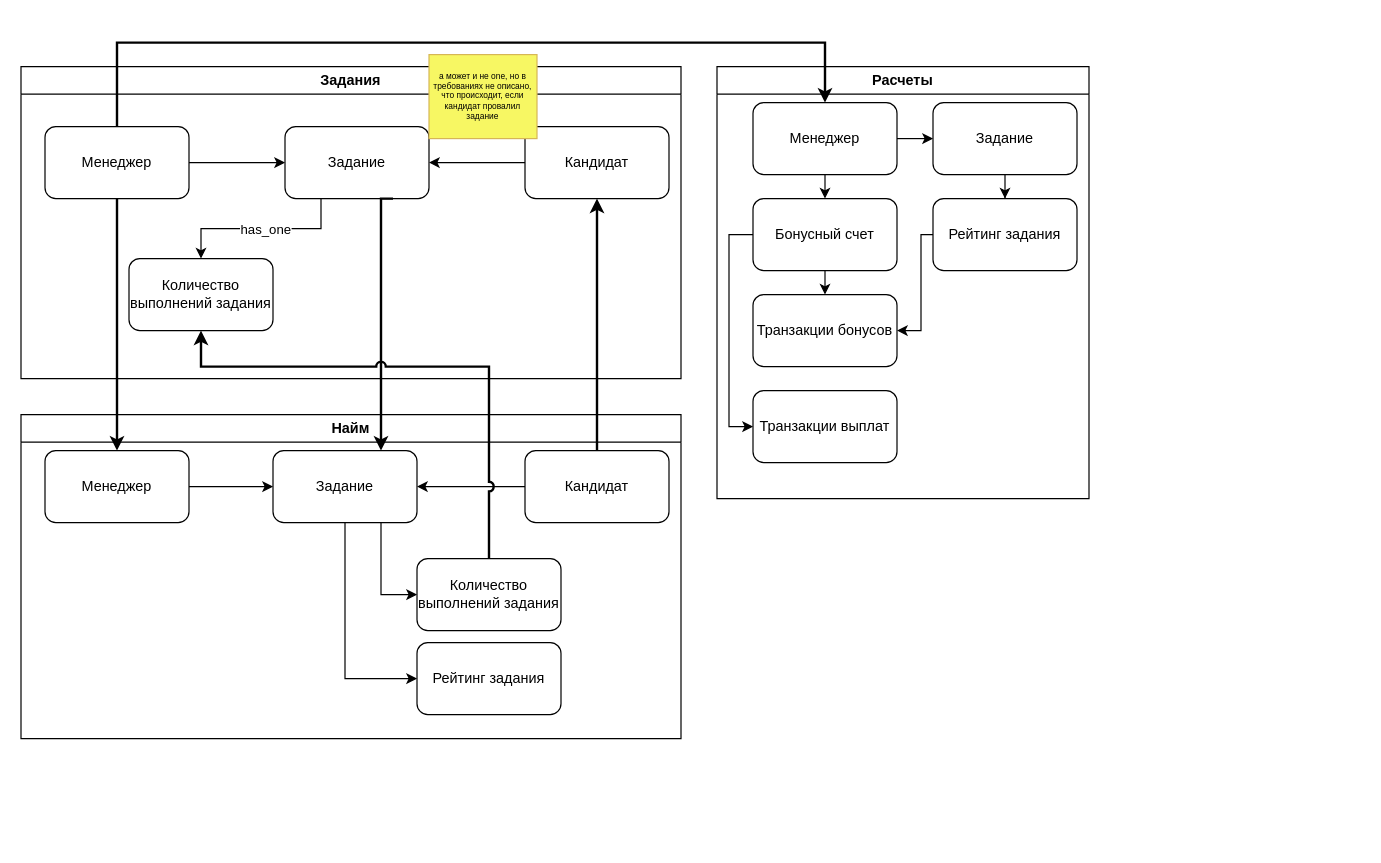
This is 2/conceptual.drawio from teddybear/course_system_communications, a draw.io file, before an edit. Source tidied: cells renumbered, new cells numbered last; positions are measured from the earlier drawing's top-left corner, leaving out a move shared by most shapes. Both pictures are drawn from the tidied source at 120%, with x=0, y=0 at pixel (20, 42).
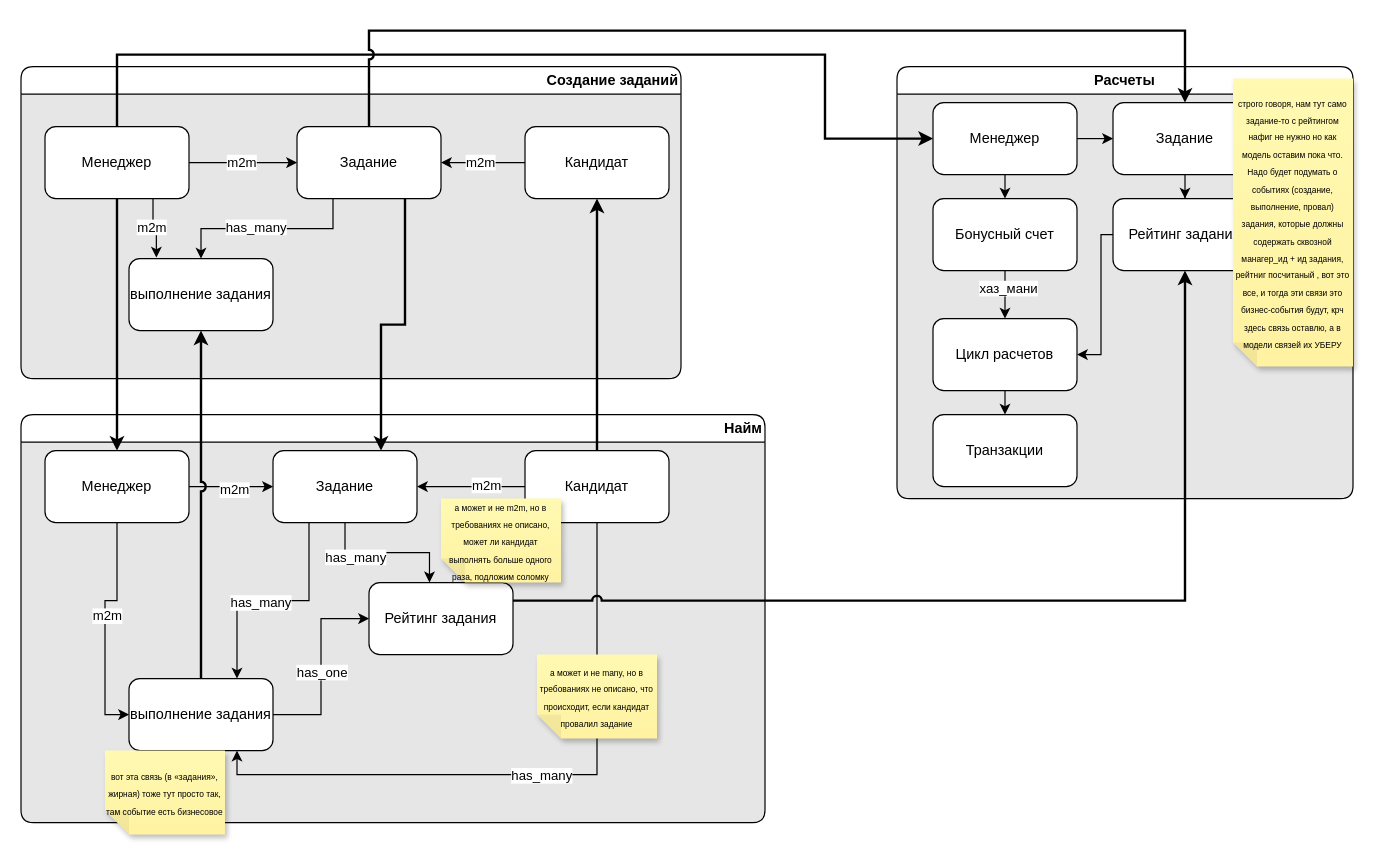
Above is the later version.

The change refers to these unchanged cells:
```xml
<mxCell id="5" value="Менеджер" style="rounded=1;whiteSpace=wrap;html=1;" parent="2" vertex="1">
  <mxGeometry x="30" y="30" width="120" height="60" as="geometry" />
</mxCell>
<mxCell id="6" style="edgeStyle=orthogonalEdgeStyle;rounded=0;jettySize=auto;html=1;exitX=0.5;exitY=1;exitDx=0;exitDy=0;entryX=0.5;entryY=0;entryDx=0;entryDy=0;" parent="2" edge="1" source="8" target="9">
  <mxGeometry relative="1" as="geometry" />
</mxCell>
<mxCell id="8" value="Бонусный счет" style="rounded=1;whiteSpace=wrap;html=1;" parent="2" vertex="1">
  <mxGeometry x="30" y="110" width="120" height="60" as="geometry" />
</mxCell>
<mxCell id="11" value="Рейтинг задания" style="rounded=1;whiteSpace=wrap;html=1;" parent="2" vertex="1">
  <mxGeometry x="180" y="110" width="120" height="60" as="geometry" />
</mxCell>
<mxCell id="13" value="Задание" style="rounded=1;whiteSpace=wrap;html=1;" parent="2" vertex="1">
  <mxGeometry x="180" y="30" width="120" height="60" as="geometry" />
</mxCell>
<mxCell id="16" style="edgeStyle=orthogonalEdgeStyle;rounded=0;jettySize=auto;html=1;" parent="15" edge="1" source="23" target="21">
  <mxGeometry relative="1" as="geometry" />
</mxCell>
<mxCell id="17" style="edgeStyle=orthogonalEdgeStyle;rounded=0;jettySize=auto;html=1;exitX=1;exitY=0.5;exitDx=0;exitDy=0;" parent="15" edge="1" source="18" target="21">
  <mxGeometry relative="1" as="geometry" />
</mxCell>
<mxCell id="18" value="Менеджер" style="rounded=1;whiteSpace=wrap;html=1;" parent="15" vertex="1">
  <mxGeometry x="20" y="50" width="120" height="60" as="geometry" />
</mxCell>
<mxCell id="19" style="edgeStyle=orthogonalEdgeStyle;rounded=0;jettySize=auto;html=1;exitX=0.25;exitY=1;exitDx=0;exitDy=0;entryX=0.5;entryY=0;entryDx=0;entryDy=0;" parent="15" edge="1" source="21" target="22">
  <mxGeometry relative="1" as="geometry" />
</mxCell>
<mxCell id="26" style="edgeStyle=orthogonalEdgeStyle;rounded=0;jettySize=auto;html=1;exitX=1;exitY=0.5;exitDx=0;exitDy=0;entryX=0;entryY=0.5;entryDx=0;entryDy=0;" parent="25" edge="1" source="27" target="30">
  <mxGeometry relative="1" as="geometry" />
</mxCell>
<mxCell id="27" value="Менеджер" style="rounded=1;whiteSpace=wrap;html=1;" parent="25" vertex="1">
  <mxGeometry x="20" y="30" width="120" height="60" as="geometry" />
</mxCell>
<mxCell id="30" value="Задание" style="rounded=1;whiteSpace=wrap;html=1;" parent="25" vertex="1">
  <mxGeometry x="210" y="30" width="120" height="60" as="geometry" />
</mxCell>
<mxCell id="33" value="Кандидат" style="rounded=1;whiteSpace=wrap;html=1;" parent="25" vertex="1">
  <mxGeometry x="420" y="30" width="120" height="60" as="geometry" />
</mxCell>
```

Diff of the diagram source:
```diff
@@
-    <mxCell id="2" value="Расчеты" style="swimlane;whiteSpace=wrap;html=1;" parent="1" vertex="1">
-      <mxGeometry x="580" y="20" width="310" height="360" as="geometry" />
+    <mxCell id="2" value="Расчеты" style="swimlane;whiteSpace=wrap;html=1;rounded=1;perimeterSpacing=0;fillColor=#FFFFFF;swimlaneFillColor=#E6E6E6;" parent="1" vertex="1">
+      <mxGeometry x="730" y="20" width="380" height="360" as="geometry" />
     </mxCell>
@@
-    <mxCell id="7" style="edgeStyle=orthogonalEdgeStyle;rounded=0;jettySize=auto;html=1;exitX=0;exitY=0.5;exitDx=0;exitDy=0;entryX=0;entryY=0.5;entryDx=0;entryDy=0;" parent="2" edge="1" source="8" target="14">
-      <mxGeometry relative="1" as="geometry" />
-    </mxCell>
+    <mxCell id="40" value="хаз_мани" style="edgeLabel;html=1;align=center;verticalAlign=middle;" parent="6" vertex="1">
+      <mxGeometry x="-0.28" y="2" relative="1" as="geometry" />
+    </mxCell>
@@
+    <mxCell id="41" style="edgeStyle=orthogonalEdgeStyle;rounded=0;jettySize=auto;html=1;exitX=0.5;exitY=1;exitDx=0;exitDy=0;entryX=0.5;entryY=0;entryDx=0;entryDy=0;" parent="2" edge="1" source="9" target="42">
+      <mxGeometry relative="1" as="geometry" />
+    </mxCell>
-    <mxCell id="9" value="Транзакции бонусов" style="rounded=1;whiteSpace=wrap;html=1;" parent="2" vertex="1">
-      <mxGeometry x="30" y="190" width="120" height="60" as="geometry" />
+    <mxCell id="9" value="Цикл расчетов" style="rounded=1;whiteSpace=wrap;html=1;" parent="2" vertex="1">
+      <mxGeometry x="30" y="210" width="120" height="60" as="geometry" />
     </mxCell>
     <mxCell id="10" style="edgeStyle=orthogonalEdgeStyle;rounded=0;jettySize=auto;html=1;exitX=0;exitY=0.5;exitDx=0;exitDy=0;entryX=1;entryY=0.5;entryDx=0;entryDy=0;" parent="2" edge="1" source="11" target="9">
       <mxGeometry relative="1" as="geometry">
         <Array as="points">
           <mxPoint x="170" y="140" />
-          <mxPoint x="170" y="220" />
+          <mxPoint x="170" y="240" />
         </Array>
       </mxGeometry>
     </mxCell>
@@
-    <mxCell id="14" value="Транзакции выплат" style="rounded=1;whiteSpace=wrap;html=1;" parent="2" vertex="1">
-      <mxGeometry x="30" y="270" width="120" height="60" as="geometry" />
-    </mxCell>
+    <mxCell id="42" value="Транзакции" style="rounded=1;whiteSpace=wrap;html=1;" parent="2" vertex="1">
+      <mxGeometry x="30" y="290" width="120" height="60" as="geometry" />
+    </mxCell>
+    <mxCell id="43" value="&lt;span style=&quot;font-size: 7px;&quot;&gt;строго говоря, нам тут само задание-то с рейтингом нафиг не нужно но как модель оставим пока что.&lt;/span&gt;&lt;div&gt;&lt;span style=&quot;font-size: 7px;&quot;&gt;Надо будет подумать о событиях (создание, выполнение, провал) задания, которые должны содержать сквозной манагер_ид + ид задания, рейтниг посчитаный , вот это все, и тогда эти связи это бизнес-события будут, крч здесь связь оставлю, а в модели связей их УБЕРУ&lt;/span&gt;&lt;/div&gt;" style="shape=note;whiteSpace=wrap;html=1;backgroundOutline=1;fontColor=#000000;darkOpacity=0.05;fillColor=#FFF9B2;strokeColor=none;fillStyle=solid;direction=west;gradientDirection=north;gradientColor=#FFF2A1;shadow=1;size=20;" parent="2" vertex="1">
+      <mxGeometry x="280" y="10" width="100" height="240" as="geometry" />
+    </mxCell>
-    <mxCell id="15" value="Задания" style="swimlane;whiteSpace=wrap;html=1;" parent="1" vertex="1">
+    <mxCell id="15" value="Создание заданий" style="swimlane;whiteSpace=wrap;html=1;align=right;rounded=1;perimeterSpacing=0;fillColor=#FFFFFF;swimlaneFillColor=#E6E6E6;" parent="1" vertex="1">
       <mxGeometry y="20" width="550" height="260" as="geometry" />
     </mxCell>
@@
+    <mxCell id="44" value="m2m" style="edgeLabel;html=1;align=center;verticalAlign=middle;" parent="16" vertex="1">
+      <mxGeometry x="0.09" y="-1" relative="1" as="geometry" />
+    </mxCell>
@@
+    <mxCell id="45" value="m2m" style="edgeLabel;html=1;align=center;verticalAlign=middle;" parent="17" vertex="1">
+      <mxGeometry x="-0.05" y="1" relative="1" as="geometry" />
+    </mxCell>
@@
-    <mxCell id="20" value="has_one" style="edgeLabel;html=1;align=center;verticalAlign=middle;" parent="19" vertex="1">
-      <mxGeometry x="-0.04" relative="1" as="geometry" />
-    </mxCell>
+    <mxCell id="46" value="has_many" style="edgeLabel;html=1;align=center;verticalAlign=middle;" parent="19" vertex="1">
+      <mxGeometry x="0.13" y="-2" relative="1" as="geometry" />
+    </mxCell>
     <mxCell id="21" value="Задание" style="rounded=1;whiteSpace=wrap;html=1;" parent="15" vertex="1">
-      <mxGeometry x="220" y="50" width="120" height="60" as="geometry" />
+      <mxGeometry x="230" y="50" width="120" height="60" as="geometry" />
     </mxCell>
-    <mxCell id="22" value="Количество выполнений задания" style="rounded=1;whiteSpace=wrap;html=1;" parent="15" vertex="1">
+    <mxCell id="22" value="выполнение задания" style="rounded=1;whiteSpace=wrap;html=1;" parent="15" vertex="1">
       <mxGeometry x="90" y="160" width="120" height="60" as="geometry" />
     </mxCell>
@@
-    <mxCell id="24" value="&lt;font&gt;а может и не one, но в требованиях не описано, что происходит, если кандидат провалил задание&lt;/font&gt;" style="rounded=0;whiteSpace=wrap;html=1;fillColor=#F7F763;strokeColor=#d6b656;fontSize=7;" parent="15" vertex="1">
-      <mxGeometry x="340" y="-10" width="90" height="70" as="geometry" />
-    </mxCell>
+    <mxCell id="47" style="edgeStyle=orthogonalEdgeStyle;rounded=0;jettySize=auto;html=1;exitX=0.75;exitY=1;exitDx=0;exitDy=0;entryX=0.19;entryY=-0.014;entryDx=0;entryDy=0;entryPerimeter=0;" parent="15" edge="1" source="18" target="22">
+      <mxGeometry relative="1" as="geometry" />
+    </mxCell>
+    <mxCell id="48" value="m2m" style="edgeLabel;html=1;align=center;verticalAlign=middle;" parent="47" vertex="1">
+      <mxGeometry x="-0.1" y="-2" relative="1" as="geometry" />
+    </mxCell>
-    <mxCell id="25" value="Найм" style="swimlane;whiteSpace=wrap;html=1;" parent="1" vertex="1">
-      <mxGeometry y="310" width="550" height="270" as="geometry" />
+    <mxCell id="25" value="Найм" style="swimlane;whiteSpace=wrap;html=1;align=right;swimlaneLine=1;rounded=1;perimeterSpacing=0;fillColor=#FFFFFF;swimlaneFillColor=#E6E6E6;" parent="1" vertex="1">
+      <mxGeometry y="310" width="620" height="340" as="geometry" />
     </mxCell>
@@
+    <mxCell id="49" value="m2m" style="edgeLabel;html=1;align=center;verticalAlign=middle;" parent="26" vertex="1">
+      <mxGeometry x="0.06" y="-2" relative="1" as="geometry" />
+    </mxCell>
+    <mxCell id="50" style="edgeStyle=orthogonalEdgeStyle;rounded=0;jettySize=auto;html=1;exitX=0.5;exitY=1;exitDx=0;exitDy=0;entryX=0;entryY=0.5;entryDx=0;entryDy=0;" parent="25" edge="1" source="27" target="32">
+      <mxGeometry relative="1" as="geometry" />
+    </mxCell>
+    <mxCell id="51" value="m2m" style="edgeLabel;html=1;align=center;verticalAlign=middle;" parent="50" vertex="1">
+      <mxGeometry x="-0.08" y="1" relative="1" as="geometry" />
+    </mxCell>
@@
-    <mxCell id="28" style="edgeStyle=orthogonalEdgeStyle;rounded=0;jettySize=auto;html=1;exitX=0.75;exitY=1;exitDx=0;exitDy=0;entryX=0;entryY=0.5;entryDx=0;entryDy=0;" parent="25" edge="1" source="30" target="32">
+    <mxCell id="28" style="edgeStyle=orthogonalEdgeStyle;rounded=0;jettySize=auto;html=1;exitX=0.25;exitY=1;exitDx=0;exitDy=0;entryX=0.75;entryY=0;entryDx=0;entryDy=0;" parent="25" edge="1" source="30" target="32">
       <mxGeometry relative="1" as="geometry" />
     </mxCell>
+    <mxCell id="52" value="has_many" style="edgeLabel;html=1;align=center;verticalAlign=middle;" parent="28" vertex="1">
+      <mxGeometry x="0.12" y="1" relative="1" as="geometry" />
+    </mxCell>
-    <mxCell id="29" style="edgeStyle=orthogonalEdgeStyle;rounded=0;jettySize=auto;html=1;exitX=0.5;exitY=1;exitDx=0;exitDy=0;entryX=0;entryY=0.5;entryDx=0;entryDy=0;" parent="25" edge="1" source="30" target="31">
+    <mxCell id="29" style="edgeStyle=orthogonalEdgeStyle;rounded=0;jettySize=auto;html=1;exitX=0.5;exitY=1;exitDx=0;exitDy=0;entryX=0.42;entryY=-0.002;entryDx=0;entryDy=0;entryPerimeter=0;" parent="25" edge="1" source="30" target="31">
       <mxGeometry relative="1" as="geometry" />
     </mxCell>
+    <mxCell id="53" value="has_many" style="edgeLabel;html=1;align=center;verticalAlign=middle;" parent="29" vertex="1">
+      <mxGeometry x="-0.45" y="-3" relative="1" as="geometry" />
+    </mxCell>
@@
     <mxCell id="31" value="Рейтинг задания" style="rounded=1;whiteSpace=wrap;html=1;" parent="25" vertex="1">
-      <mxGeometry x="330" y="190" width="120" height="60" as="geometry" />
+      <mxGeometry x="290" y="140" width="120" height="60" as="geometry" />
     </mxCell>
+    <mxCell id="54" style="edgeStyle=orthogonalEdgeStyle;rounded=0;jettySize=auto;html=1;exitX=1;exitY=0.5;exitDx=0;exitDy=0;entryX=0;entryY=0.5;entryDx=0;entryDy=0;" parent="25" edge="1" source="32" target="31">
+      <mxGeometry relative="1" as="geometry" />
+    </mxCell>
+    <mxCell id="20" value="has_one" style="edgeLabel;html=1;align=center;verticalAlign=middle;" parent="54" vertex="1">
+      <mxGeometry x="-0.05" relative="1" as="geometry" />
+    </mxCell>
-    <mxCell id="32" value="Количество выполнений задания" style="rounded=1;whiteSpace=wrap;html=1;" parent="25" vertex="1">
-      <mxGeometry x="330" y="120" width="120" height="60" as="geometry" />
+    <mxCell id="32" value="выполнение задания" style="rounded=1;whiteSpace=wrap;html=1;" parent="25" vertex="1">
+      <mxGeometry x="90" y="220" width="120" height="60" as="geometry" />
     </mxCell>
+    <mxCell id="55" style="edgeStyle=orthogonalEdgeStyle;rounded=0;jettySize=auto;html=1;exitX=0;exitY=0.5;exitDx=0;exitDy=0;entryX=1;entryY=0.5;entryDx=0;entryDy=0;" parent="25" edge="1" source="33" target="30">
+      <mxGeometry relative="1" as="geometry" />
+    </mxCell>
+    <mxCell id="56" value="m2m" style="edgeLabel;html=1;align=center;verticalAlign=middle;" parent="55" vertex="1">
+      <mxGeometry x="-0.27" y="-2" relative="1" as="geometry" />
+    </mxCell>
@@
-    <mxCell id="34" style="edgeStyle=orthogonalEdgeStyle;rounded=0;jettySize=auto;html=1;exitX=0;exitY=0.5;exitDx=0;exitDy=0;entryX=1;entryY=0.5;entryDx=0;entryDy=0;" parent="25" edge="1" source="33" target="30">
-      <mxGeometry relative="1" as="geometry" />
+    <mxCell id="34" style="edgeStyle=orthogonalEdgeStyle;rounded=0;jettySize=auto;html=1;exitX=0.5;exitY=1;exitDx=0;exitDy=0;entryX=0.75;entryY=1;entryDx=0;entryDy=0;" parent="25" edge="1" source="33" target="32">
+      <mxGeometry relative="1" as="geometry">
+        <Array as="points">
+          <mxPoint x="480" y="300" />
+          <mxPoint x="180" y="300" />
+        </Array>
+      </mxGeometry>
     </mxCell>
+    <mxCell id="57" value="has_many" style="edgeLabel;html=1;align=center;verticalAlign=middle;" parent="34" vertex="1">
+      <mxGeometry x="-0.03" relative="1" as="geometry" />
+    </mxCell>
+    <mxCell id="58" value="&lt;span style=&quot;font-size: 7px;&quot;&gt;а может и не many, но в требованиях не описано, что происходит, если кандидат провалил задание&lt;/span&gt;" style="shape=note;whiteSpace=wrap;html=1;backgroundOutline=1;fontColor=#000000;darkOpacity=0.05;fillColor=#FFF9B2;strokeColor=none;fillStyle=solid;direction=west;gradientDirection=north;gradientColor=#FFF2A1;shadow=1;size=20;" parent="25" vertex="1">
+      <mxGeometry x="430" y="200" width="100" height="70" as="geometry" />
+    </mxCell>
+    <mxCell id="59" value="&lt;span style=&quot;font-size: 7px;&quot;&gt;а может и не m2m, но в требованиях не описано, может ли кандидат выполнять больше одного раза, подложим соломку&lt;/span&gt;" style="shape=note;whiteSpace=wrap;html=1;backgroundOutline=1;fontColor=#000000;darkOpacity=0.05;fillColor=#FFF9B2;strokeColor=none;fillStyle=solid;direction=west;gradientDirection=north;gradientColor=#FFF2A1;shadow=1;size=20;" parent="25" vertex="1">
+      <mxGeometry x="350" y="70" width="100" height="70" as="geometry" />
+    </mxCell>
+    <mxCell id="60" value="&lt;span style=&quot;font-size: 7px;&quot;&gt;вот эта связь (в «задания», жирная) тоже тут просто так, там событие есть бизнесовое&lt;/span&gt;" style="shape=note;whiteSpace=wrap;html=1;backgroundOutline=1;fontColor=#000000;darkOpacity=0.05;fillColor=#FFF9B2;strokeColor=none;fillStyle=solid;direction=west;gradientDirection=north;gradientColor=#FFF2A1;shadow=1;size=20;" parent="25" vertex="1">
+      <mxGeometry x="70" y="280" width="100" height="70" as="geometry" />
+    </mxCell>
@@
-    <mxCell id="36" style="edgeStyle=orthogonalEdgeStyle;rounded=0;jettySize=auto;html=1;exitX=0.75;exitY=1;exitDx=0;exitDy=0;entryX=0.75;entryY=0;entryDx=0;entryDy=0;strokeWidth=2;jumpStyle=arc;" parent="1" edge="1" source="21" target="30">
-      <mxGeometry relative="1" as="geometry">
-        <Array as="points">
-          <mxPoint x="300" y="130" />
-        </Array>
-      </mxGeometry>
+    <mxCell id="36" style="edgeStyle=orthogonalEdgeStyle;rounded=0;jettySize=auto;html=1;exitX=0.75;exitY=1;exitDx=0;exitDy=0;strokeWidth=2;jumpStyle=arc;entryX=0.75;entryY=0;entryDx=0;entryDy=0;strokeColor=default;curved=0;" parent="1" edge="1" source="21" target="30">
+      <mxGeometry relative="1" as="geometry" />
     </mxCell>
     <mxCell id="37" style="edgeStyle=orthogonalEdgeStyle;rounded=0;jettySize=auto;html=1;entryX=0.5;entryY=1;entryDx=0;entryDy=0;strokeWidth=2;jumpStyle=arc;exitX=0.5;exitY=0;exitDx=0;exitDy=0;" parent="1" edge="1" source="32" target="22">
-      <mxGeometry relative="1" as="geometry">
-        <Array as="points">
-          <mxPoint x="390" y="270" />
-          <mxPoint x="150" y="270" />
-        </Array>
-      </mxGeometry>
+      <mxGeometry relative="1" as="geometry" />
     </mxCell>
@@
-    <mxCell id="39" style="edgeStyle=orthogonalEdgeStyle;rounded=0;jettySize=auto;html=1;exitX=0.5;exitY=0;exitDx=0;exitDy=0;strokeWidth=2;" parent="1" edge="1" source="18" target="5">
+    <mxCell id="39" style="edgeStyle=orthogonalEdgeStyle;rounded=0;jettySize=auto;html=1;exitX=0.5;exitY=0;exitDx=0;exitDy=0;strokeWidth=2;jumpStyle=arc;" parent="1" edge="1" source="18" target="5">
       <mxGeometry relative="1" as="geometry">
         <Array as="points">
-          <mxPoint x="80" />
-          <mxPoint x="670" />
+          <mxPoint x="80" y="10" />
+          <mxPoint x="670" y="10" />
+          <mxPoint x="670" y="80" />
         </Array>
       </mxGeometry>
     </mxCell>
+    <mxCell id="61" style="edgeStyle=orthogonalEdgeStyle;rounded=0;jettySize=auto;html=1;entryX=0.5;entryY=1;entryDx=0;entryDy=0;strokeWidth=2;jumpStyle=arc;exitX=1;exitY=0.25;exitDx=0;exitDy=0;" parent="1" edge="1" source="31" target="11">
+      <mxGeometry relative="1" as="geometry" />
+    </mxCell>
+    <mxCell id="62" style="edgeStyle=orthogonalEdgeStyle;rounded=0;jettySize=auto;html=1;exitX=0.5;exitY=0;exitDx=0;exitDy=0;strokeWidth=2;jumpStyle=arc;entryX=0.5;entryY=0;entryDx=0;entryDy=0;" parent="1" edge="1" source="21" target="13">
+      <mxGeometry relative="1" as="geometry">
+        <Array as="points">
+          <mxPoint x="290" y="-10" />
+          <mxPoint x="970" y="-10" />
+        </Array>
+      </mxGeometry>
+    </mxCell>
```
